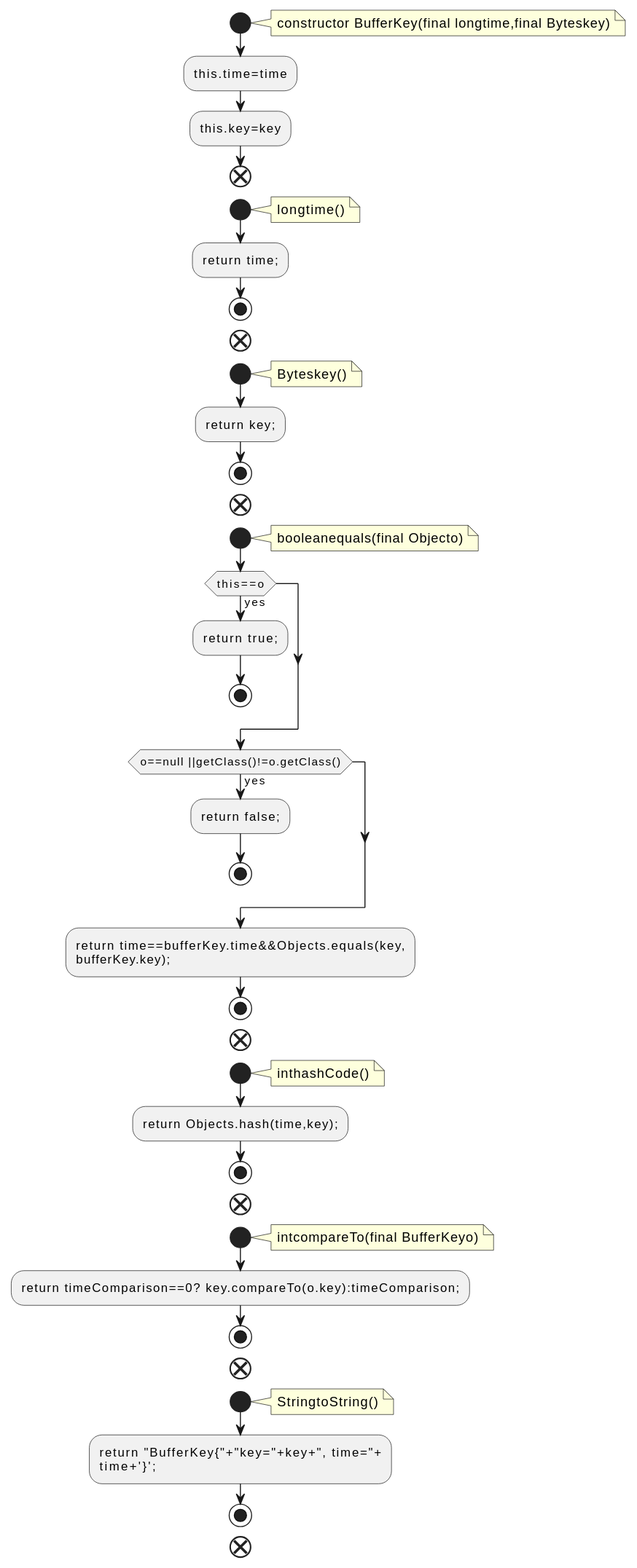
Above: docs/qc/streams/src/main/java/org/apache/kafka/streams/state/internals/BufferKey.java.fct.svg in qualitesys/kafka (PlantUML), before the change.
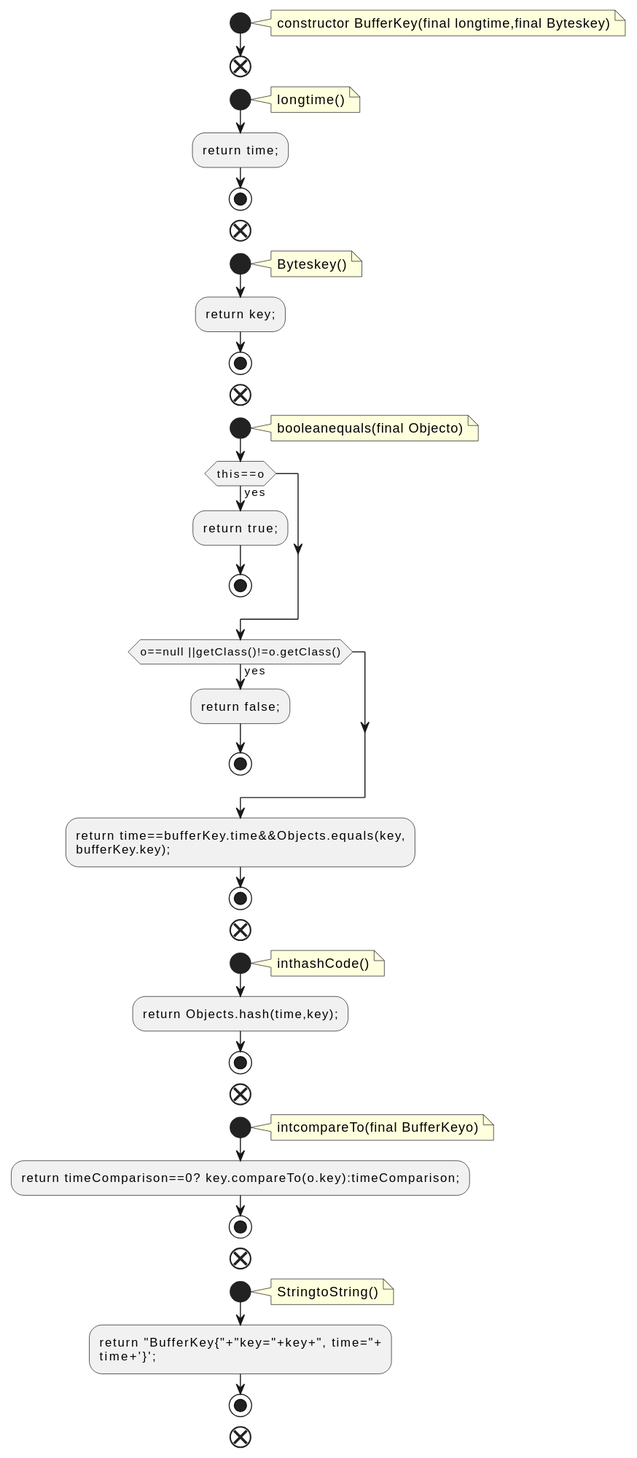
Later version of the same file.

Diff of the diagram source:
```diff
@@ -4,8 +4,6 @@
 note right
 constructor BufferKey(final longtime,final Byteskey)
 end note
-:this.time=time;
-:this.key=key;
 end
 start
 note right
```
